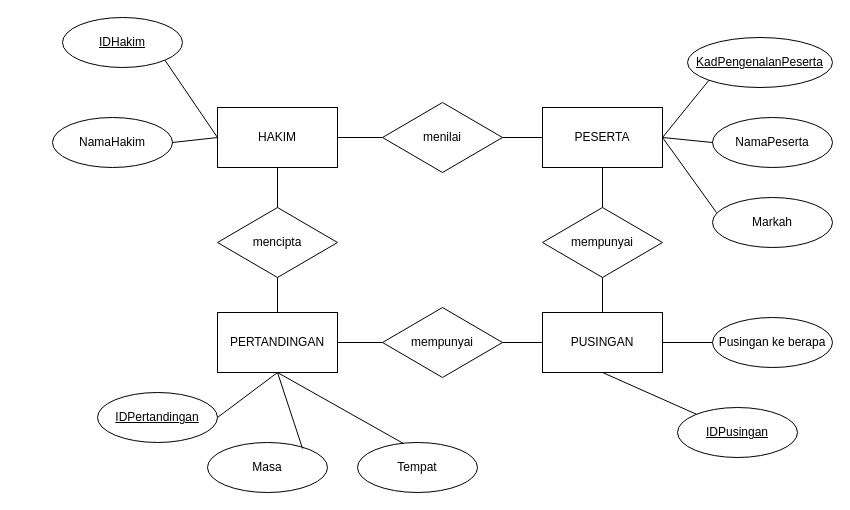
The draw.io diagram page "Page-2" (2 of 2) of SKProject.drawio in EzraChai/py, before the edit. Source tidied: cells renumbered, new cells numbered last; positions are measured from the earlier drawing's top-left corner, leaving out a move shared by most shapes. Both pictures are drawn from the tidied source at 100%, with x=0, y=0 at pixel (52, 17).
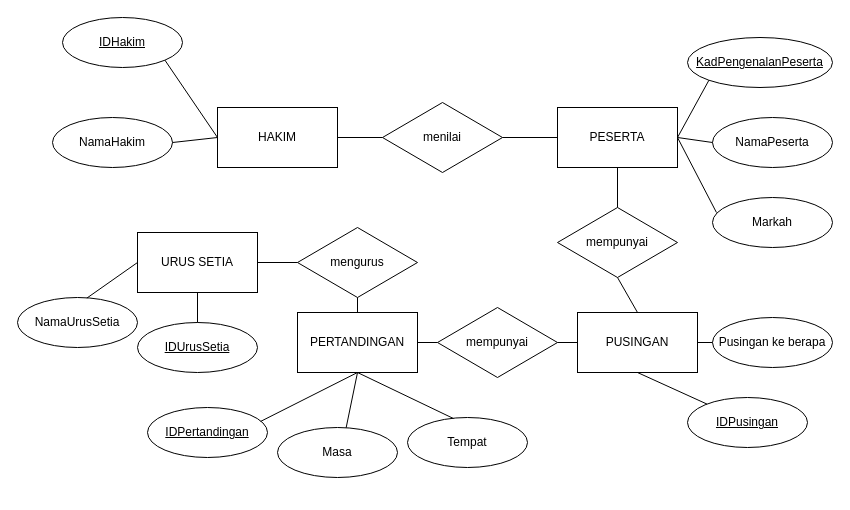
The same diagram, later.

The change refers to these unchanged cells:
```xml
<mxCell id="2" value="HAKIM" style="rounded=0;whiteSpace=wrap;html=1;" parent="1" vertex="1">
  <mxGeometry x="165" y="90" width="120" height="60" as="geometry" />
</mxCell>
```

Change to the diagram source:
```diff
@@
     <mxCell id="9" value="PESERTA" style="rounded=0;whiteSpace=wrap;html=1;" parent="1" vertex="1">
-      <mxGeometry x="490" y="90" width="120" height="60" as="geometry" />
+      <mxGeometry x="505" y="90" width="120" height="60" as="geometry" />
     </mxCell>
@@
     <mxCell id="15" value="PERTANDINGAN" style="rounded=0;whiteSpace=wrap;html=1;" parent="1" vertex="1">
-      <mxGeometry x="165" y="295" width="120" height="60" as="geometry" />
+      <mxGeometry x="245" y="295" width="120" height="60" as="geometry" />
     </mxCell>
-    <mxCell id="16" style="endArrow=none;html=1;rounded=0;exitX=0.5;exitY=1;exitDx=0;exitDy=0;entryX=0.5;entryY=0;entryDx=0;entryDy=0;" parent="1" edge="1" source="2" target="17">
-      <mxGeometry relative="1" as="geometry" />
-    </mxCell>
-    <mxCell id="17" value="mencipta" style="rhombus;whiteSpace=wrap;html=1;" parent="1" vertex="1">
-      <mxGeometry x="165" y="190" width="120" height="70" as="geometry" />
-    </mxCell>
     <mxCell id="18" value="PUSINGAN" style="rounded=0;whiteSpace=wrap;html=1;" parent="1" vertex="1">
-      <mxGeometry x="490" y="295" width="120" height="60" as="geometry" />
+      <mxGeometry x="525" y="295" width="120" height="60" as="geometry" />
     </mxCell>
@@
     <mxCell id="20" value="&lt;div&gt;mempunyai&lt;/div&gt;" style="rhombus;whiteSpace=wrap;html=1;" parent="1" vertex="1">
-      <mxGeometry x="330" y="290" width="120" height="70" as="geometry" />
+      <mxGeometry x="385" y="290" width="120" height="70" as="geometry" />
     </mxCell>
     <mxCell id="21" value="Masa" style="ellipse;whiteSpace=wrap;html=1;" parent="1" vertex="1">
-      <mxGeometry x="155" y="425" width="120" height="50" as="geometry" />
+      <mxGeometry x="225" y="410" width="120" height="50" as="geometry" />
     </mxCell>
     <mxCell id="22" value="&lt;u&gt;IDPertandingan&lt;/u&gt;" style="ellipse;whiteSpace=wrap;html=1;" parent="1" vertex="1">
-      <mxGeometry x="45" y="375" width="120" height="50" as="geometry" />
+      <mxGeometry x="95" y="390" width="120" height="50" as="geometry" />
     </mxCell>
     <mxCell id="23" value="&lt;div&gt;&lt;u&gt;IDPusingan&lt;/u&gt;&lt;/div&gt;" style="ellipse;whiteSpace=wrap;html=1;" parent="1" vertex="1">
-      <mxGeometry x="625" y="390" width="120" height="50" as="geometry" />
+      <mxGeometry x="635" y="380" width="120" height="50" as="geometry" />
     </mxCell>
-    <mxCell id="24" style="endArrow=none;html=1;rounded=0;exitX=0.5;exitY=1;exitDx=0;exitDy=0;entryX=1;entryY=0.5;entryDx=0;entryDy=0;" parent="1" edge="1" source="15" target="22">
+    <mxCell id="24" style="endArrow=none;html=1;rounded=0;exitX=0.5;exitY=1;exitDx=0;exitDy=0;entryX=0.943;entryY=0.278;entryDx=0;entryDy=0;entryPerimeter=0;" parent="1" edge="1" source="15" target="22">
       <mxGeometry relative="1" as="geometry" />
     </mxCell>
-    <mxCell id="25" style="endArrow=none;html=1;rounded=0;exitX=0.5;exitY=1;exitDx=0;exitDy=0;entryX=0.792;entryY=0.12;entryDx=0;entryDy=0;entryPerimeter=0;" parent="1" edge="1" source="15" target="21">
+    <mxCell id="25" style="endArrow=none;html=1;rounded=0;exitX=0.5;exitY=1;exitDx=0;exitDy=0;entryX=0.572;entryY=0.006;entryDx=0;entryDy=0;entryPerimeter=0;" parent="1" edge="1" source="15" target="21">
       <mxGeometry relative="1" as="geometry" />
     </mxCell>
     <mxCell id="26" value="Tempat" style="ellipse;whiteSpace=wrap;html=1;" parent="1" vertex="1">
-      <mxGeometry x="305" y="425" width="120" height="50" as="geometry" />
+      <mxGeometry x="355" y="400" width="120" height="50" as="geometry" />
     </mxCell>
@@
-    <mxCell id="29" style="endArrow=none;html=1;rounded=0;entryX=0.5;entryY=0;entryDx=0;entryDy=0;exitX=0.5;exitY=1;exitDx=0;exitDy=0;" parent="1" edge="1" source="17" target="15">
-      <mxGeometry relative="1" as="geometry" />
-    </mxCell>
@@
     <mxCell id="31" value="&lt;div&gt;mempunyai&lt;/div&gt;" style="rhombus;whiteSpace=wrap;html=1;" parent="1" vertex="1">
-      <mxGeometry x="490" y="190" width="120" height="70" as="geometry" />
+      <mxGeometry x="505" y="190" width="120" height="70" as="geometry" />
     </mxCell>
@@
+    <mxCell id="38" value="URUS SETIA" style="rounded=0;whiteSpace=wrap;html=1;" parent="1" vertex="1">
+      <mxGeometry x="85" y="215" width="120" height="60" as="geometry" />
+    </mxCell>
+    <mxCell id="39" value="mengurus" style="rhombus;whiteSpace=wrap;html=1;" parent="1" vertex="1">
+      <mxGeometry x="245" y="210" width="120" height="70" as="geometry" />
+    </mxCell>
+    <mxCell id="40" style="endArrow=none;html=1;rounded=0;entryX=0;entryY=0.5;entryDx=0;entryDy=0;exitX=1;exitY=0.5;exitDx=0;exitDy=0;" parent="1" edge="1" source="38" target="39">
+      <mxGeometry relative="1" as="geometry" />
+    </mxCell>
+    <mxCell id="41" style="endArrow=none;html=1;rounded=0;entryX=0.5;entryY=0;entryDx=0;entryDy=0;exitX=0.5;exitY=1;exitDx=0;exitDy=0;" parent="1" edge="1" source="39" target="15">
+      <mxGeometry relative="1" as="geometry" />
+    </mxCell>
+    <mxCell id="42" value="&lt;u&gt;IDUrusSetia&lt;/u&gt;" style="ellipse;whiteSpace=wrap;html=1;" parent="1" vertex="1">
+      <mxGeometry x="85" y="305" width="120" height="50" as="geometry" />
+    </mxCell>
+    <mxCell id="43" style="endArrow=none;html=1;rounded=0;entryX=0.5;entryY=0;entryDx=0;entryDy=0;exitX=0.5;exitY=1;exitDx=0;exitDy=0;" parent="1" edge="1" source="38" target="42">
+      <mxGeometry relative="1" as="geometry" />
+    </mxCell>
+    <mxCell id="44" value="&lt;div&gt;NamaUrusSetia&lt;/div&gt;" style="ellipse;whiteSpace=wrap;html=1;" parent="1" vertex="1">
+      <mxGeometry x="-35" y="280" width="120" height="50" as="geometry" />
+    </mxCell>
+    <mxCell id="45" style="endArrow=none;html=1;rounded=0;entryX=0.578;entryY=0.012;entryDx=0;entryDy=0;exitX=0;exitY=0.5;exitDx=0;exitDy=0;entryPerimeter=0;" parent="1" edge="1" source="38" target="44">
+      <mxGeometry relative="1" as="geometry" />
+    </mxCell>
```
